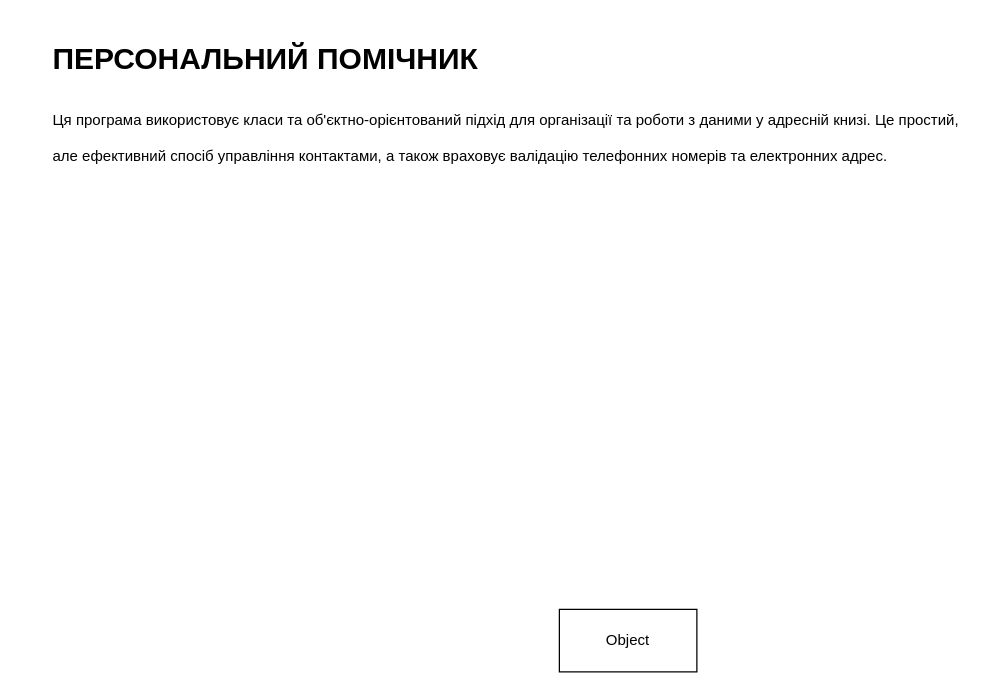
salehali16/Team-Project-Code-of-Snake keeps this draw.io diagram as Диаграмма без названия.drawio. Above is the earlier version. Source tidied: cells renumbered, new cells numbered last; positions are measured from the earlier drawing's top-left corner, leaving out a move shared by most shapes. Both pictures are drawn from the tidied source at 125%, with x=0, y=0 at pixel (46, 34). Pictures stored in the file or linked from it are replaced by grey dashed boxes.
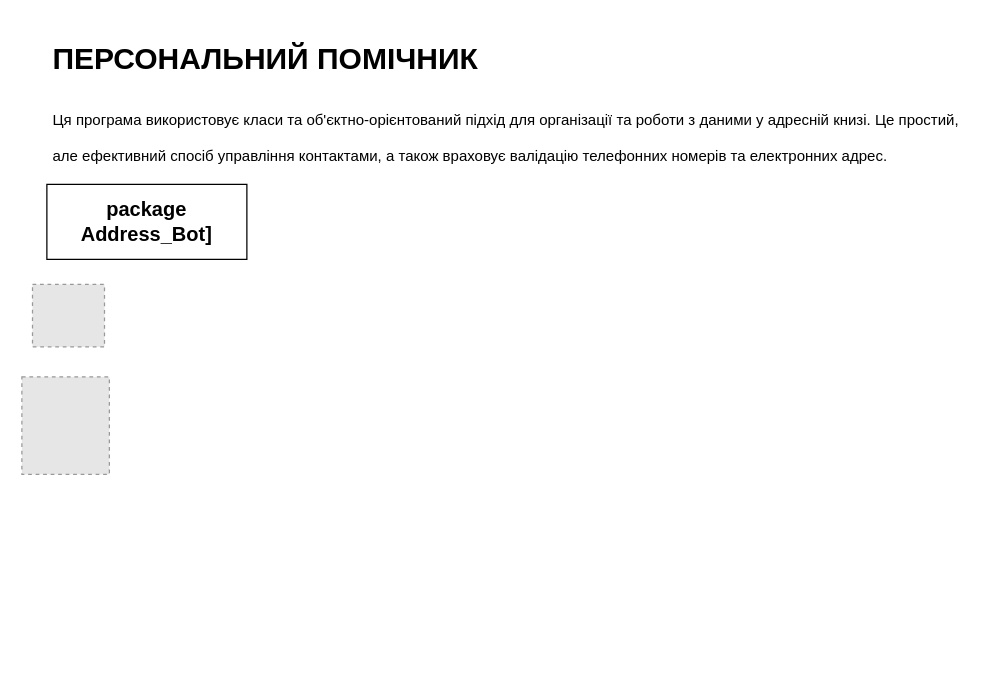
Above is the later version.

The edit, as a diff of the source:
```diff
@@
 <mxGraphModel>
   <root>
     <mxCell id="0" />
     <mxCell id="1" parent="0" />
-    <mxCell id="2" value="Object" style="html=1;whiteSpace=wrap;" parent="1" vertex="1">
-      <mxGeometry x="410" y="460" width="110" height="50" as="geometry" />
+    <mxCell id="2" value="&lt;b&gt;&lt;font style=&quot;font-size: 16px;&quot;&gt;package Address_Bot]&lt;/font&gt;&lt;/b&gt;" style="html=1;whiteSpace=wrap;" parent="1" vertex="1">
+      <mxGeometry y="120" width="160" height="60" as="geometry" />
     </mxCell>
     <mxCell id="3" value="&lt;h1&gt;&lt;span style=&quot;background-color: initial;&quot;&gt;ПЕРСОНАЛЬНИЙ ПОМІЧНИК&amp;nbsp;&lt;/span&gt;&lt;/h1&gt;&lt;h1&gt;&lt;span style=&quot;background-color: initial; font-size: 12px; font-weight: normal;&quot;&gt;Ця програма використовує класи та об'єктно-орієнтований підхід для організації та роботи з даними у адресній книзі. Це простий, але ефективний спосіб управління контактами, а також враховує валідацію телефонних номерів та електронних адрес.&lt;/span&gt;&lt;br&gt;&lt;/h1&gt;" style="text;html=1;strokeColor=none;fillColor=none;spacing=5;spacingTop=-20;whiteSpace=wrap;overflow=hidden;rounded=0;" parent="1" vertex="1">
-      <mxGeometry width="750" height="150" as="geometry" />
+      <mxGeometry width="750" height="120" as="geometry" />
     </mxCell>
+    <mxCell id="4" style="fillColor=#E6E6E6;strokeColor=#999999;dashed=1;verticalLabelPosition=bottom;labelBackgroundColor=default;verticalAlign=top;" parent="1" vertex="1">
+      <mxGeometry x="-20" y="274" width="70" height="78" as="geometry" />
+    </mxCell>
+    <mxCell id="5" style="fillColor=#E6E6E6;strokeColor=#999999;dashed=1;verticalLabelPosition=bottom;labelBackgroundColor=default;verticalAlign=top;" parent="1" vertex="1">
+      <mxGeometry x="-11.5" y="200" width="57.6" height="50" as="geometry" />
+    </mxCell>
   </root>
 </mxGraphModel>
```
